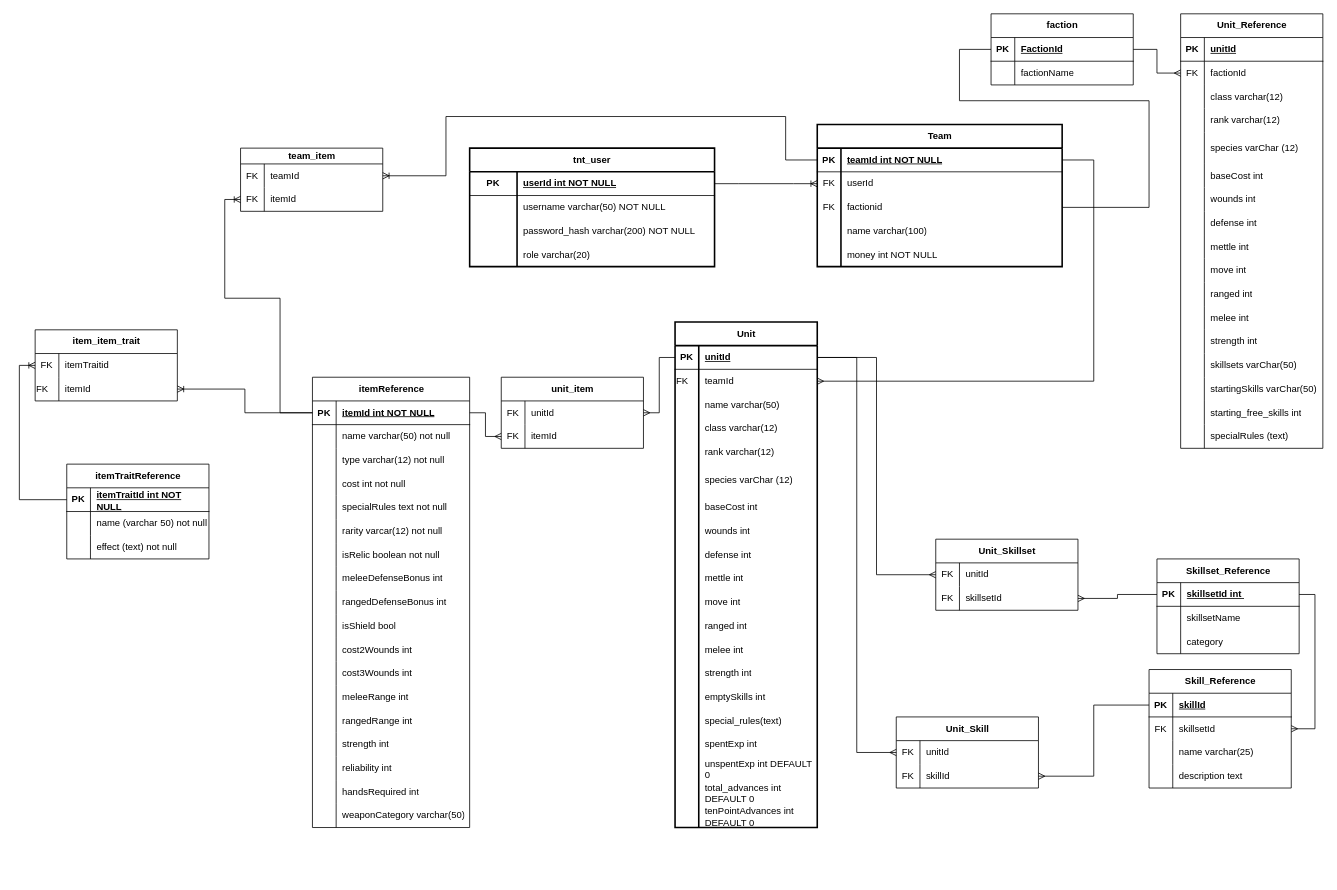
Earlier version of the draw.io diagram Database/databaseERD.drawio (kmeadows3/TnT-Team-Builder). Source tidied: cells renumbered, new cells numbered last; positions are measured from the earlier drawing's top-left corner, leaving out a move shared by most shapes. Both pictures are drawn from the tidied source at 79%, with x=0, y=0 at pixel (35, 13).
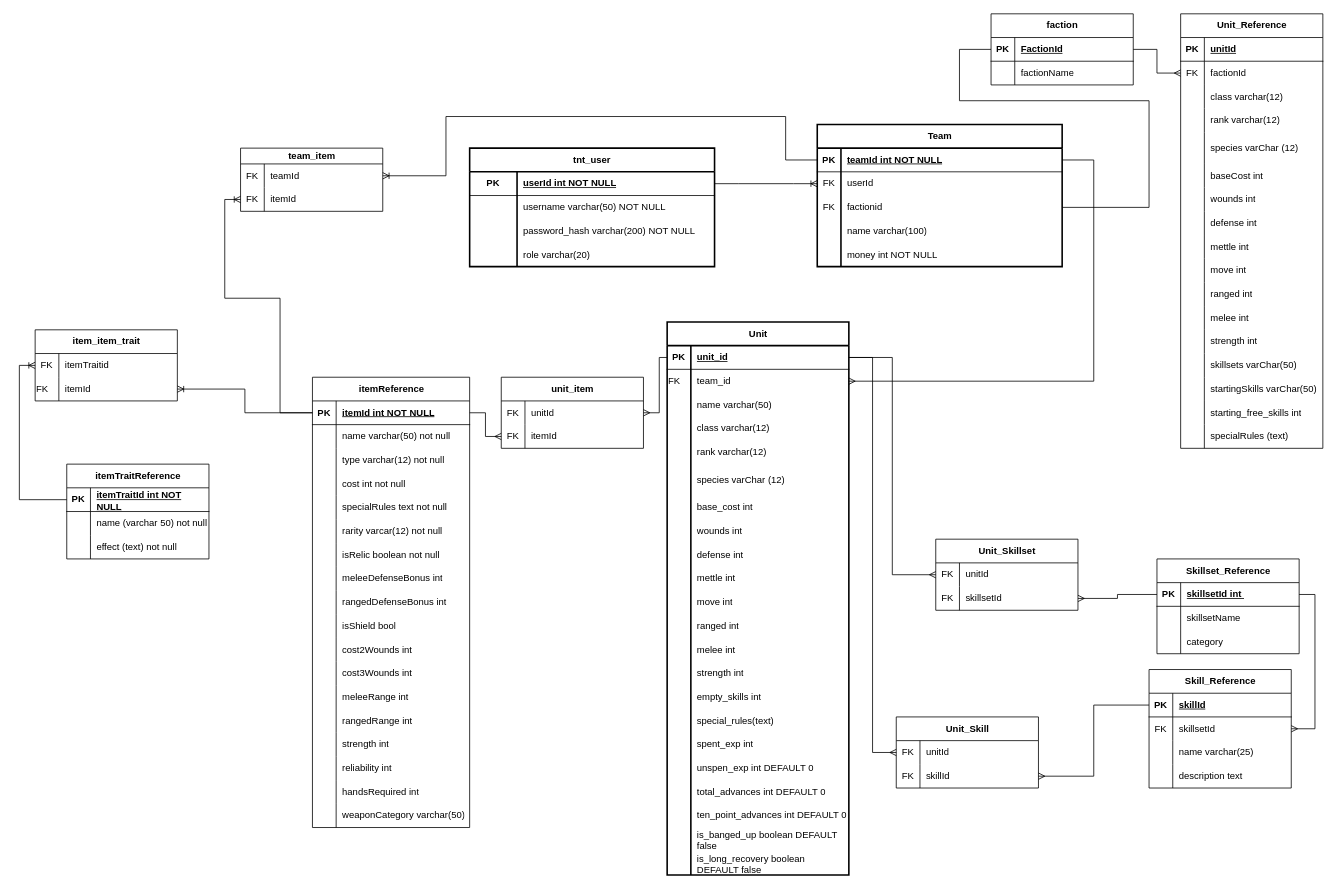
The same page after the edit.

Commit message (it also covers changes not shown here):
Added ability for unit to gain advances and added more validation for legal unit purchases

Change to the diagram source:
```diff
@@
     <mxCell id="115" value="Unit" style="shape=table;startSize=30;childLayout=tableLayout;rowLines=0;fontStyle=1;align=center;html=1;strokeWidth=2;" parent="1" vertex="1">
-      <mxGeometry x="810" y="390" width="180" height="640" as="geometry" />
+      <mxGeometry x="800" y="390" width="230" height="700" as="geometry" />
     </mxCell>
     <mxCell id="116" style="shape=tableRow;horizontal=0;startSize=0;swimlaneHead=0;swimlaneBody=0;fillColor=none;points=[[0,0.5],[1,0.5]];portConstraint=eastwest;top=0;left=0;right=0;bottom=1;" parent="115" vertex="1">
-      <mxGeometry y="30" width="180" height="30" as="geometry" />
+      <mxGeometry y="30" width="230" height="30" as="geometry" />
     </mxCell>
@@
-    <mxCell id="118" value="unitId" style="shape=partialRectangle;fillColor=none;top=0;left=0;bottom=0;right=0;align=left;spacingLeft=6;fontStyle=5;overflow=hidden;whiteSpace=wrap;html=1;" parent="116" vertex="1">
-      <mxGeometry x="30" width="150" height="30" as="geometry" />
+    <mxCell id="118" value="&lt;div&gt;unit_id&lt;/div&gt;" style="shape=partialRectangle;fillColor=none;top=0;left=0;bottom=0;right=0;align=left;spacingLeft=6;fontStyle=5;overflow=hidden;whiteSpace=wrap;html=1;" parent="116" vertex="1">
+      <mxGeometry x="30" width="200" height="30" as="geometry" />
     </mxCell>
     <mxCell id="119" style="shape=tableRow;horizontal=0;startSize=0;swimlaneHead=0;swimlaneBody=0;fillColor=none;points=[[0,0.5],[1,0.5]];portConstraint=eastwest;top=0;left=0;right=0;bottom=0;" parent="115" vertex="1">
-      <mxGeometry y="60" width="180" height="30" as="geometry" />
+      <mxGeometry y="60" width="230" height="30" as="geometry" />
     </mxCell>
@@
-    <mxCell id="121" value="teamId" style="shape=partialRectangle;fillColor=none;top=0;left=0;bottom=0;right=0;align=left;spacingLeft=6;overflow=hidden;whiteSpace=wrap;html=1;" parent="119" vertex="1">
-      <mxGeometry x="30" width="150" height="30" as="geometry" />
+    <mxCell id="121" value="team_id" style="shape=partialRectangle;fillColor=none;top=0;left=0;bottom=0;right=0;align=left;spacingLeft=6;overflow=hidden;whiteSpace=wrap;html=1;" parent="119" vertex="1">
+      <mxGeometry x="30" width="200" height="30" as="geometry" />
     </mxCell>
     <mxCell id="122" style="shape=tableRow;horizontal=0;startSize=0;swimlaneHead=0;swimlaneBody=0;fillColor=none;top=0;left=0;right=0;bottom=0;" parent="115" vertex="1">
-      <mxGeometry y="90" width="180" height="30" as="geometry" />
+      <mxGeometry y="90" width="230" height="30" as="geometry" />
     </mxCell>
@@
     <mxCell id="124" value="name varchar(50)" style="shape=partialRectangle;fillColor=none;top=0;left=0;bottom=0;right=0;align=left;spacingLeft=6;overflow=hidden;whiteSpace=wrap;html=1;" parent="122" vertex="1">
-      <mxGeometry x="30" width="150" height="30" as="geometry" />
+      <mxGeometry x="30" width="200" height="30" as="geometry" />
     </mxCell>
     <mxCell id="125" style="shape=tableRow;horizontal=0;startSize=0;swimlaneHead=0;swimlaneBody=0;fillColor=none;top=0;left=0;right=0;bottom=0;" parent="115" vertex="1">
-      <mxGeometry y="120" width="180" height="30" as="geometry" />
+      <mxGeometry y="120" width="230" height="30" as="geometry" />
     </mxCell>
@@
     <mxCell id="127" value="class varchar(12)" style="shape=partialRectangle;fillColor=none;top=0;left=0;bottom=0;right=0;align=left;spacingLeft=6;overflow=hidden;whiteSpace=wrap;html=1;" parent="125" vertex="1">
-      <mxGeometry x="30" width="150" height="30" as="geometry" />
+      <mxGeometry x="30" width="200" height="30" as="geometry" />
     </mxCell>
     <mxCell id="128" style="shape=tableRow;horizontal=0;startSize=0;swimlaneHead=0;swimlaneBody=0;fillColor=none;top=0;left=0;right=0;bottom=0;" parent="115" vertex="1">
-      <mxGeometry y="150" width="180" height="30" as="geometry" />
+      <mxGeometry y="150" width="230" height="30" as="geometry" />
     </mxCell>
@@
     <mxCell id="130" value="rank varchar(12)" style="shape=partialRectangle;fillColor=none;top=0;left=0;bottom=0;right=0;align=left;spacingLeft=6;overflow=hidden;whiteSpace=wrap;html=1;" parent="128" vertex="1">
-      <mxGeometry x="30" width="150" height="30" as="geometry" />
+      <mxGeometry x="30" width="200" height="30" as="geometry" />
     </mxCell>
     <mxCell id="131" style="shape=tableRow;horizontal=0;startSize=0;swimlaneHead=0;swimlaneBody=0;fillColor=none;top=0;left=0;right=0;bottom=0;" parent="115" vertex="1">
-      <mxGeometry y="180" width="180" height="40" as="geometry" />
+      <mxGeometry y="180" width="230" height="40" as="geometry" />
     </mxCell>
@@
     <mxCell id="133" value="species varChar (12)" style="shape=partialRectangle;fillColor=none;top=0;left=0;bottom=0;right=0;align=left;spacingLeft=6;overflow=hidden;whiteSpace=wrap;html=1;" parent="131" vertex="1">
-      <mxGeometry x="30" width="150" height="40" as="geometry" />
+      <mxGeometry x="30" width="200" height="40" as="geometry" />
     </mxCell>
     <mxCell id="134" style="shape=tableRow;horizontal=0;startSize=0;swimlaneHead=0;swimlaneBody=0;fillColor=none;top=0;left=0;right=0;bottom=0;" parent="115" vertex="1">
-      <mxGeometry y="220" width="180" height="30" as="geometry" />
+      <mxGeometry y="220" width="230" height="30" as="geometry" />
     </mxCell>
@@
-    <mxCell id="136" value="baseCost int" style="shape=partialRectangle;fillColor=none;top=0;left=0;bottom=0;right=0;align=left;spacingLeft=6;overflow=hidden;whiteSpace=wrap;html=1;" parent="134" vertex="1">
-      <mxGeometry x="30" width="150" height="30" as="geometry" />
+    <mxCell id="136" value="base_cost int" style="shape=partialRectangle;fillColor=none;top=0;left=0;bottom=0;right=0;align=left;spacingLeft=6;overflow=hidden;whiteSpace=wrap;html=1;" parent="134" vertex="1">
+      <mxGeometry x="30" width="200" height="30" as="geometry" />
     </mxCell>
     <mxCell id="137" style="shape=tableRow;horizontal=0;startSize=0;swimlaneHead=0;swimlaneBody=0;fillColor=none;top=0;left=0;right=0;bottom=0;" parent="115" vertex="1">
-      <mxGeometry y="250" width="180" height="30" as="geometry" />
+      <mxGeometry y="250" width="230" height="30" as="geometry" />
     </mxCell>
@@
     <mxCell id="139" value="wounds int" style="shape=partialRectangle;fillColor=none;top=0;left=0;bottom=0;right=0;align=left;spacingLeft=6;overflow=hidden;whiteSpace=wrap;html=1;" parent="137" vertex="1">
-      <mxGeometry x="30" width="150" height="30" as="geometry" />
+      <mxGeometry x="30" width="200" height="30" as="geometry" />
     </mxCell>
     <mxCell id="140" style="shape=tableRow;horizontal=0;startSize=0;swimlaneHead=0;swimlaneBody=0;fillColor=none;top=0;left=0;right=0;bottom=0;" parent="115" vertex="1">
-      <mxGeometry y="280" width="180" height="30" as="geometry" />
+      <mxGeometry y="280" width="230" height="30" as="geometry" />
     </mxCell>
@@
     <mxCell id="142" value="defense int" style="shape=partialRectangle;fillColor=none;top=0;left=0;bottom=0;right=0;align=left;spacingLeft=6;overflow=hidden;whiteSpace=wrap;html=1;" parent="140" vertex="1">
-      <mxGeometry x="30" width="150" height="30" as="geometry" />
+      <mxGeometry x="30" width="200" height="30" as="geometry" />
     </mxCell>
     <mxCell id="143" style="shape=tableRow;horizontal=0;startSize=0;swimlaneHead=0;swimlaneBody=0;fillColor=none;top=0;left=0;right=0;bottom=0;" parent="115" vertex="1">
-      <mxGeometry y="310" width="180" height="30" as="geometry" />
+      <mxGeometry y="310" width="230" height="30" as="geometry" />
     </mxCell>
@@
     <mxCell id="145" value="mettle int" style="shape=partialRectangle;fillColor=none;top=0;left=0;bottom=0;right=0;align=left;spacingLeft=6;overflow=hidden;whiteSpace=wrap;html=1;" parent="143" vertex="1">
-      <mxGeometry x="30" width="150" height="30" as="geometry" />
+      <mxGeometry x="30" width="200" height="30" as="geometry" />
     </mxCell>
     <mxCell id="146" style="shape=tableRow;horizontal=0;startSize=0;swimlaneHead=0;swimlaneBody=0;fillColor=none;top=0;left=0;right=0;bottom=0;" parent="115" vertex="1">
-      <mxGeometry y="340" width="180" height="30" as="geometry" />
+      <mxGeometry y="340" width="230" height="30" as="geometry" />
     </mxCell>
@@
     <mxCell id="148" value="move int" style="shape=partialRectangle;fillColor=none;top=0;left=0;bottom=0;right=0;align=left;spacingLeft=6;overflow=hidden;whiteSpace=wrap;html=1;" parent="146" vertex="1">
-      <mxGeometry x="30" width="150" height="30" as="geometry" />
+      <mxGeometry x="30" width="200" height="30" as="geometry" />
     </mxCell>
     <mxCell id="149" style="shape=tableRow;horizontal=0;startSize=0;swimlaneHead=0;swimlaneBody=0;fillColor=none;top=0;left=0;right=0;bottom=0;" parent="115" vertex="1">
-      <mxGeometry y="370" width="180" height="30" as="geometry" />
+      <mxGeometry y="370" width="230" height="30" as="geometry" />
     </mxCell>
@@
     <mxCell id="151" value="ranged int" style="shape=partialRectangle;fillColor=none;top=0;left=0;bottom=0;right=0;align=left;spacingLeft=6;overflow=hidden;whiteSpace=wrap;html=1;" parent="149" vertex="1">
-      <mxGeometry x="30" width="150" height="30" as="geometry" />
+      <mxGeometry x="30" width="200" height="30" as="geometry" />
     </mxCell>
     <mxCell id="152" style="shape=tableRow;horizontal=0;startSize=0;swimlaneHead=0;swimlaneBody=0;fillColor=none;top=0;left=0;right=0;bottom=0;" parent="115" vertex="1">
-      <mxGeometry y="400" width="180" height="30" as="geometry" />
+      <mxGeometry y="400" width="230" height="30" as="geometry" />
     </mxCell>
@@
     <mxCell id="154" value="melee int" style="shape=partialRectangle;fillColor=none;top=0;left=0;bottom=0;right=0;align=left;spacingLeft=6;overflow=hidden;whiteSpace=wrap;html=1;" parent="152" vertex="1">
-      <mxGeometry x="30" width="150" height="30" as="geometry" />
+      <mxGeometry x="30" width="200" height="30" as="geometry" />
     </mxCell>
     <mxCell id="155" style="shape=tableRow;horizontal=0;startSize=0;swimlaneHead=0;swimlaneBody=0;fillColor=none;top=0;left=0;right=0;bottom=0;" parent="115" vertex="1">
-      <mxGeometry y="430" width="180" height="30" as="geometry" />
+      <mxGeometry y="430" width="230" height="30" as="geometry" />
     </mxCell>
@@
     <mxCell id="157" value="strength int" style="shape=partialRectangle;fillColor=none;top=0;left=0;bottom=0;right=0;align=left;spacingLeft=6;overflow=hidden;whiteSpace=wrap;html=1;" parent="155" vertex="1">
-      <mxGeometry x="30" width="150" height="30" as="geometry" />
+      <mxGeometry x="30" width="200" height="30" as="geometry" />
     </mxCell>
     <mxCell id="158" style="shape=tableRow;horizontal=0;startSize=0;swimlaneHead=0;swimlaneBody=0;fillColor=none;top=0;left=0;right=0;bottom=0;" parent="115" vertex="1">
-      <mxGeometry y="460" width="180" height="30" as="geometry" />
+      <mxGeometry y="460" width="230" height="30" as="geometry" />
     </mxCell>
@@
-    <mxCell id="160" value="emptySkills int" style="shape=partialRectangle;fillColor=none;top=0;left=0;bottom=0;right=0;align=left;spacingLeft=6;overflow=hidden;whiteSpace=wrap;html=1;" parent="158" vertex="1">
-      <mxGeometry x="30" width="150" height="30" as="geometry" />
+    <mxCell id="160" value="&lt;div&gt;empty_skills int&lt;/div&gt;" style="shape=partialRectangle;fillColor=none;top=0;left=0;bottom=0;right=0;align=left;spacingLeft=6;overflow=hidden;whiteSpace=wrap;html=1;" parent="158" vertex="1">
+      <mxGeometry x="30" width="200" height="30" as="geometry" />
     </mxCell>
     <mxCell id="161" style="shape=tableRow;horizontal=0;startSize=0;swimlaneHead=0;swimlaneBody=0;fillColor=none;top=0;left=0;right=0;bottom=0;" parent="115" vertex="1">
-      <mxGeometry y="490" width="180" height="30" as="geometry" />
+      <mxGeometry y="490" width="230" height="30" as="geometry" />
     </mxCell>
@@
     <mxCell id="163" value="special_rules(text)" style="shape=partialRectangle;fillColor=none;top=0;left=0;bottom=0;right=0;align=left;spacingLeft=6;overflow=hidden;whiteSpace=wrap;html=1;" parent="161" vertex="1">
-      <mxGeometry x="30" width="150" height="30" as="geometry" />
+      <mxGeometry x="30" width="200" height="30" as="geometry" />
     </mxCell>
     <mxCell id="164" style="shape=tableRow;horizontal=0;startSize=0;swimlaneHead=0;swimlaneBody=0;fillColor=none;top=0;left=0;right=0;bottom=0;" parent="115" vertex="1">
-      <mxGeometry y="520" width="180" height="30" as="geometry" />
+      <mxGeometry y="520" width="230" height="30" as="geometry" />
     </mxCell>
@@
-    <mxCell id="166" value="spentExp int" style="shape=partialRectangle;fillColor=none;top=0;left=0;bottom=0;right=0;align=left;spacingLeft=6;overflow=hidden;whiteSpace=wrap;html=1;" parent="164" vertex="1">
-      <mxGeometry x="30" width="150" height="30" as="geometry" />
+    <mxCell id="166" value="spent_exp int" style="shape=partialRectangle;fillColor=none;top=0;left=0;bottom=0;right=0;align=left;spacingLeft=6;overflow=hidden;whiteSpace=wrap;html=1;" parent="164" vertex="1">
+      <mxGeometry x="30" width="200" height="30" as="geometry" />
     </mxCell>
     <mxCell id="167" style="shape=tableRow;horizontal=0;startSize=0;swimlaneHead=0;swimlaneBody=0;fillColor=none;top=0;left=0;right=0;bottom=0;" parent="115" vertex="1">
-      <mxGeometry y="550" width="180" height="30" as="geometry" />
+      <mxGeometry y="550" width="230" height="30" as="geometry" />
     </mxCell>
@@
-    <mxCell id="169" value="unspentExp int DEFAULT 0" style="shape=partialRectangle;fillColor=none;top=0;left=0;bottom=0;right=0;align=left;spacingLeft=6;overflow=hidden;whiteSpace=wrap;html=1;" parent="167" vertex="1">
-      <mxGeometry x="30" width="150" height="30" as="geometry" />
+    <mxCell id="169" value="unspen_exp int DEFAULT 0" style="shape=partialRectangle;fillColor=none;top=0;left=0;bottom=0;right=0;align=left;spacingLeft=6;overflow=hidden;whiteSpace=wrap;html=1;" parent="167" vertex="1">
+      <mxGeometry x="30" width="200" height="30" as="geometry" />
     </mxCell>
     <mxCell id="170" style="shape=tableRow;horizontal=0;startSize=0;swimlaneHead=0;swimlaneBody=0;fillColor=none;top=0;left=0;right=0;bottom=0;" parent="115" vertex="1">
-      <mxGeometry y="580" width="180" height="30" as="geometry" />
+      <mxGeometry y="580" width="230" height="30" as="geometry" />
     </mxCell>
@@
     <mxCell id="172" value="total_advances int DEFAULT 0" style="shape=partialRectangle;fillColor=none;top=0;left=0;bottom=0;right=0;align=left;spacingLeft=6;overflow=hidden;whiteSpace=wrap;html=1;" parent="170" vertex="1">
-      <mxGeometry x="30" width="150" height="30" as="geometry" />
+      <mxGeometry x="30" width="200" height="30" as="geometry" />
     </mxCell>
     <mxCell id="173" style="shape=tableRow;horizontal=0;startSize=0;swimlaneHead=0;swimlaneBody=0;fillColor=none;top=0;left=0;right=0;bottom=0;" parent="115" vertex="1">
-      <mxGeometry y="610" width="180" height="30" as="geometry" />
+      <mxGeometry y="610" width="230" height="30" as="geometry" />
     </mxCell>
@@
-    <mxCell id="175" value="tenPointAdvances int DEFAULT 0" style="shape=partialRectangle;fillColor=none;top=0;left=0;bottom=0;right=0;align=left;spacingLeft=6;overflow=hidden;whiteSpace=wrap;html=1;" parent="173" vertex="1">
-      <mxGeometry x="30" width="150" height="30" as="geometry" />
+    <mxCell id="175" value="ten_point_advances int DEFAULT 0" style="shape=partialRectangle;fillColor=none;top=0;left=0;bottom=0;right=0;align=left;spacingLeft=6;overflow=hidden;whiteSpace=wrap;html=1;" parent="173" vertex="1">
+      <mxGeometry x="30" width="200" height="30" as="geometry" />
     </mxCell>
+    <mxCell id="289" style="shape=tableRow;horizontal=0;startSize=0;swimlaneHead=0;swimlaneBody=0;fillColor=none;top=0;left=0;right=0;bottom=0;" parent="115" vertex="1">
+      <mxGeometry y="640" width="230" height="30" as="geometry" />
+    </mxCell>
+    <mxCell id="290" style="shape=partialRectangle;fillColor=none;top=0;left=0;bottom=0;right=0;overflow=hidden;whiteSpace=wrap;html=1;" parent="289" vertex="1">
+      <mxGeometry width="30" height="30" as="geometry" />
+    </mxCell>
+    <mxCell id="291" value="is_banged_up boolean DEFAULT false" style="shape=partialRectangle;fillColor=none;top=0;left=0;bottom=0;right=0;align=left;spacingLeft=6;overflow=hidden;whiteSpace=wrap;html=1;" parent="289" vertex="1">
+      <mxGeometry x="30" width="200" height="30" as="geometry" />
+    </mxCell>
+    <mxCell id="292" style="shape=tableRow;horizontal=0;startSize=0;swimlaneHead=0;swimlaneBody=0;fillColor=none;top=0;left=0;right=0;bottom=0;" parent="115" vertex="1">
+      <mxGeometry y="670" width="230" height="30" as="geometry" />
+    </mxCell>
+    <mxCell id="293" style="shape=partialRectangle;fillColor=none;top=0;left=0;bottom=0;right=0;overflow=hidden;whiteSpace=wrap;html=1;" parent="292" vertex="1">
+      <mxGeometry width="30" height="30" as="geometry" />
+    </mxCell>
+    <mxCell id="294" value="is_long_recovery boolean DEFAULT false" style="shape=partialRectangle;fillColor=none;top=0;left=0;bottom=0;right=0;align=left;spacingLeft=6;overflow=hidden;whiteSpace=wrap;html=1;" parent="292" vertex="1">
+      <mxGeometry x="30" width="200" height="30" as="geometry" />
+    </mxCell>
```
